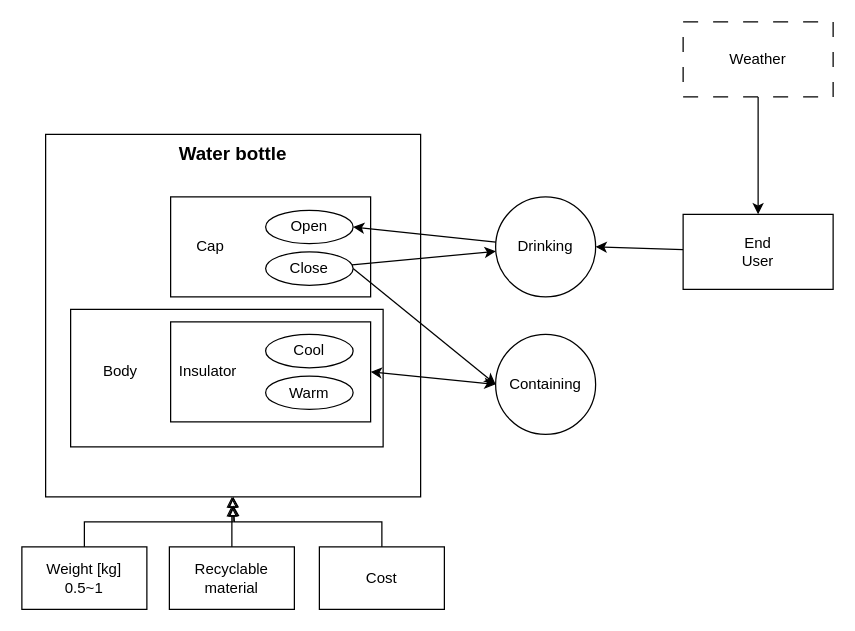
mijinc/Systems-Engineering keeps this draw.io diagram as EG5301-midterm.drawio. Above is the earlier version. Source tidied: cells renumbered, new cells numbered last; positions are measured from the earlier drawing's top-left corner, leaving out a move shared by most shapes. Both pictures are drawn from the tidied source at 125%, with x=0, y=0 at pixel (21, 21).
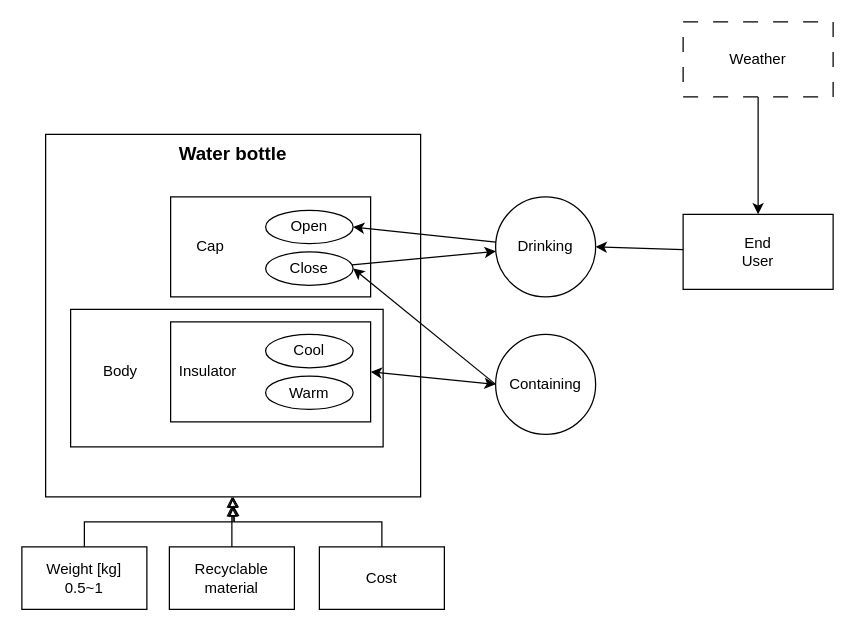
The same diagram, later.

The change refers to these unchanged cells:
```xml
<mxCell id="9" value="Close" style="ellipse;whiteSpace=wrap;html=1;" parent="1" vertex="1">
  <mxGeometry x="195" y="184" width="70" height="26.7" as="geometry" />
</mxCell>
<mxCell id="18" value="Containing" style="ellipse;whiteSpace=wrap;html=1;" parent="1" vertex="1">
  <mxGeometry x="379" y="250" width="80" height="80" as="geometry" />
</mxCell>
```

What changed in the source:
```diff
@@
-    <mxCell id="8" style="rounded=0;jettySize=auto;html=1;exitX=1;exitY=0.5;exitDx=0;exitDy=0;entryX=0;entryY=0.5;entryDx=0;entryDy=0;" parent="1" edge="1" source="9" target="18">
+    <mxCell id="8" style="rounded=0;jettySize=auto;html=1;exitX=1;exitY=0.5;exitDx=0;exitDy=0;entryX=0;entryY=0.5;entryDx=0;entryDy=0;startArrow=classic;startFill=1;endArrow=none;endFill=0;" parent="1" edge="1" source="9" target="18">
       <mxGeometry relative="1" as="geometry" />
     </mxCell>
```
